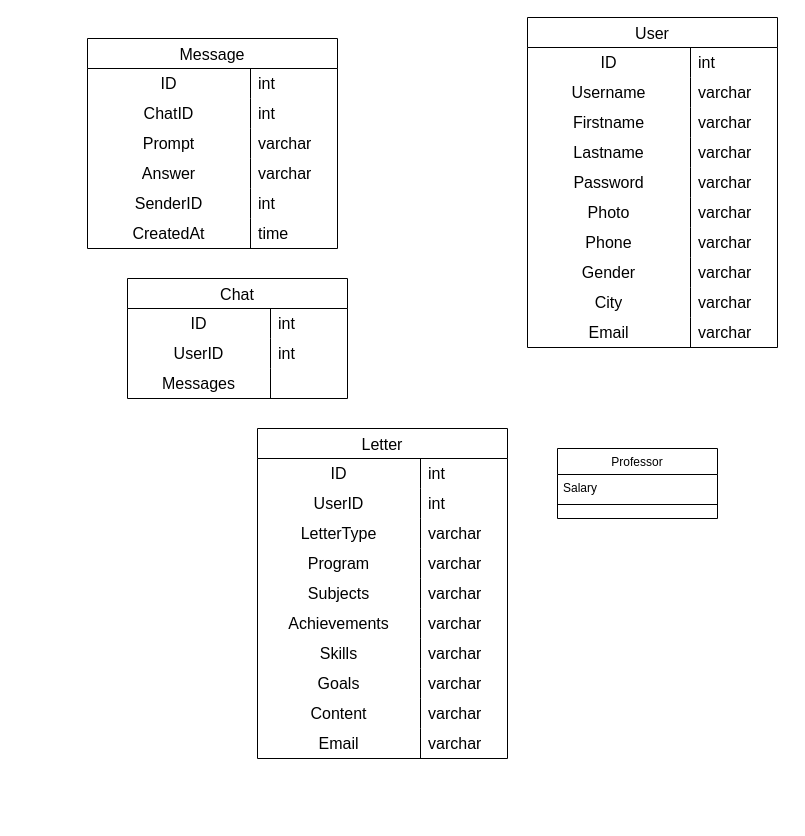
Earlier version of the draw.io diagram Диаграмма без названия.drawio (jellyfisharuka/uniglobal). Source tidied: cells renumbered, new cells numbered last; positions are measured from the earlier drawing's top-left corner, leaving out a move shared by most shapes. Both pictures are drawn from the tidied source at 100%, with x=0, y=0 at pixel (87, 17).
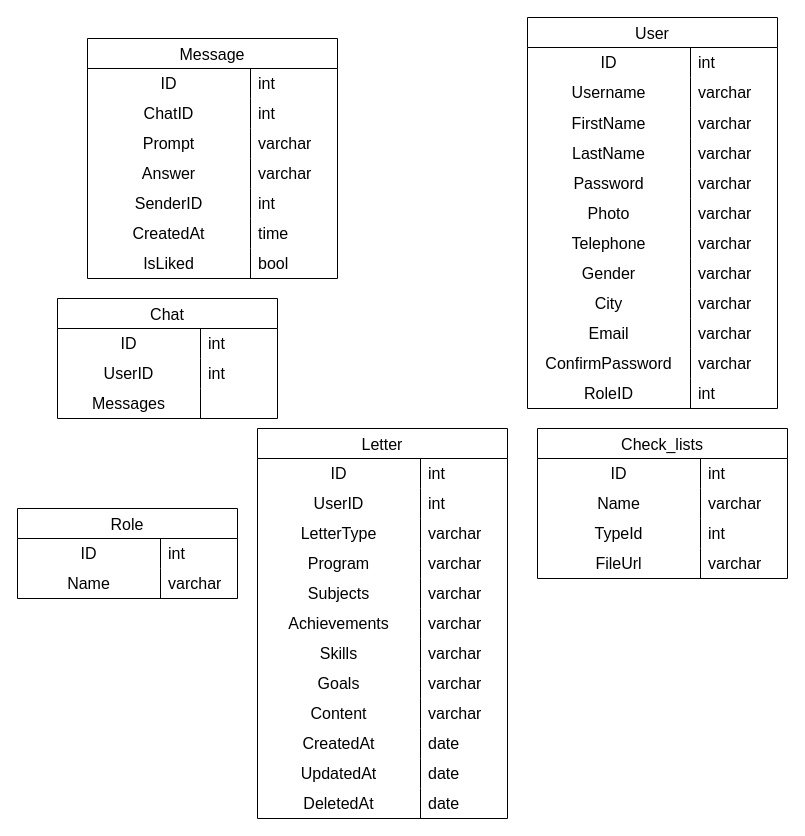
The same diagram, later.

The change refers to these unchanged cells:
```xml
<mxCell id="93" style="shape=tableRow;horizontal=0;startSize=0;swimlaneHead=0;swimlaneBody=0;top=0;left=0;bottom=0;right=0;fillColor=none;strokeColor=inherit;fontSize=16;" parent="65" vertex="1">
  <mxGeometry y="300" width="250" height="30" as="geometry" />
</mxCell>
```

Diff of the diagram source:
```diff
@@
-    <mxCell id="2" value="Professor" style="swimlane;fontStyle=0;align=center;verticalAlign=top;horizontal=1;startSize=26;rounded=0;shadow=0;strokeWidth=1;" parent="1" vertex="1">
-      <mxGeometry x="470" y="431" width="160" height="70" as="geometry" />
-    </mxCell>
-    <mxCell id="3" value="Salary" style="text;align=left;verticalAlign=top;spacingLeft=4;spacingRight=4;overflow=hidden;" parent="2" vertex="1">
-      <mxGeometry y="26" width="160" height="26" as="geometry" />
-    </mxCell>
-    <mxCell id="4" style="line;html=1;strokeWidth=1;align=left;verticalAlign=middle;spacingTop=-1;spacingLeft=3;spacingRight=3;labelPosition=right;" parent="2" vertex="1">
-      <mxGeometry y="52" width="160" height="8" as="geometry" />
-    </mxCell>
     <mxCell id="5" value="User" style="shape=table;startSize=30;childLayout=tableLayout;rowLines=0;fontStyle=0;strokeColor=default;fontSize=16;" parent="1" vertex="1">
-      <mxGeometry x="440" width="250" height="330" as="geometry" />
+      <mxGeometry x="440" width="250" height="391" as="geometry" />
     </mxCell>
@@
     <mxCell id="12" style="shape=tableRow;horizontal=0;startSize=0;swimlaneHead=0;swimlaneBody=0;top=0;left=0;bottom=0;right=0;fillColor=none;strokeColor=inherit;fontSize=16;" parent="5" vertex="1">
-      <mxGeometry y="90" width="250" height="30" as="geometry" />
+      <mxGeometry y="90" width="250" height="31" as="geometry" />
     </mxCell>
-    <mxCell id="13" value="Firstname" style="shape=partialRectangle;html=1;whiteSpace=wrap;fillColor=none;top=0;left=0;bottom=0;right=0;overflow=hidden;strokeColor=inherit;fontSize=16;" parent="12" vertex="1">
-      <mxGeometry width="163" height="30" as="geometry" />
+    <mxCell id="13" value="FirstName" style="shape=partialRectangle;html=1;whiteSpace=wrap;fillColor=none;top=0;left=0;bottom=0;right=0;overflow=hidden;strokeColor=inherit;fontSize=16;" parent="12" vertex="1">
+      <mxGeometry width="163" height="31" as="geometry" />
     </mxCell>
     <mxCell id="14" value="varchar" style="shape=partialRectangle;html=1;whiteSpace=wrap;fillColor=none;top=0;left=0;bottom=0;right=0;align=left;spacingLeft=6;overflow=hidden;strokeColor=inherit;fontSize=16;" parent="12" vertex="1">
-      <mxGeometry x="163" width="87" height="30" as="geometry" />
+      <mxGeometry x="163" width="87" height="31" as="geometry" />
     </mxCell>
     <mxCell id="15" style="shape=tableRow;horizontal=0;startSize=0;swimlaneHead=0;swimlaneBody=0;top=0;left=0;bottom=0;right=0;fillColor=none;strokeColor=inherit;fontSize=16;" parent="5" vertex="1">
-      <mxGeometry y="120" width="250" height="30" as="geometry" />
+      <mxGeometry y="121" width="250" height="30" as="geometry" />
     </mxCell>
-    <mxCell id="16" value="Lastname" style="shape=partialRectangle;html=1;whiteSpace=wrap;fillColor=none;top=0;left=0;bottom=0;right=0;overflow=hidden;strokeColor=inherit;fontSize=16;" parent="15" vertex="1">
+    <mxCell id="16" value="LastName" style="shape=partialRectangle;html=1;whiteSpace=wrap;fillColor=none;top=0;left=0;bottom=0;right=0;overflow=hidden;strokeColor=inherit;fontSize=16;" parent="15" vertex="1">
       <mxGeometry width="163" height="30" as="geometry" />
     </mxCell>
@@
     <mxCell id="18" style="shape=tableRow;horizontal=0;startSize=0;swimlaneHead=0;swimlaneBody=0;top=0;left=0;bottom=0;right=0;fillColor=none;strokeColor=inherit;fontSize=16;" parent="5" vertex="1">
-      <mxGeometry y="150" width="250" height="30" as="geometry" />
+      <mxGeometry y="151" width="250" height="30" as="geometry" />
     </mxCell>
@@
     <mxCell id="21" style="shape=tableRow;horizontal=0;startSize=0;swimlaneHead=0;swimlaneBody=0;top=0;left=0;bottom=0;right=0;fillColor=none;strokeColor=inherit;fontSize=16;" parent="5" vertex="1">
-      <mxGeometry y="180" width="250" height="30" as="geometry" />
+      <mxGeometry y="181" width="250" height="30" as="geometry" />
     </mxCell>
@@
     <mxCell id="24" style="shape=tableRow;horizontal=0;startSize=0;swimlaneHead=0;swimlaneBody=0;top=0;left=0;bottom=0;right=0;fillColor=none;strokeColor=inherit;fontSize=16;" parent="5" vertex="1">
-      <mxGeometry y="210" width="250" height="30" as="geometry" />
+      <mxGeometry y="211" width="250" height="30" as="geometry" />
     </mxCell>
-    <mxCell id="25" value="Phone" style="shape=partialRectangle;html=1;whiteSpace=wrap;fillColor=none;top=0;left=0;bottom=0;right=0;overflow=hidden;strokeColor=inherit;fontSize=16;" parent="24" vertex="1">
+    <mxCell id="25" value="Telephone" style="shape=partialRectangle;html=1;whiteSpace=wrap;fillColor=none;top=0;left=0;bottom=0;right=0;overflow=hidden;strokeColor=inherit;fontSize=16;" parent="24" vertex="1">
       <mxGeometry width="163" height="30" as="geometry" />
     </mxCell>
@@
     <mxCell id="27" style="shape=tableRow;horizontal=0;startSize=0;swimlaneHead=0;swimlaneBody=0;top=0;left=0;bottom=0;right=0;fillColor=none;strokeColor=inherit;fontSize=16;" parent="5" vertex="1">
-      <mxGeometry y="240" width="250" height="30" as="geometry" />
+      <mxGeometry y="241" width="250" height="30" as="geometry" />
     </mxCell>
@@
     <mxCell id="30" style="shape=tableRow;horizontal=0;startSize=0;swimlaneHead=0;swimlaneBody=0;top=0;left=0;bottom=0;right=0;fillColor=none;strokeColor=inherit;fontSize=16;" parent="5" vertex="1">
-      <mxGeometry y="270" width="250" height="30" as="geometry" />
+      <mxGeometry y="271" width="250" height="30" as="geometry" />
     </mxCell>
@@
     <mxCell id="33" style="shape=tableRow;horizontal=0;startSize=0;swimlaneHead=0;swimlaneBody=0;top=0;left=0;bottom=0;right=0;fillColor=none;strokeColor=inherit;fontSize=16;" parent="5" vertex="1">
-      <mxGeometry y="300" width="250" height="30" as="geometry" />
+      <mxGeometry y="301" width="250" height="30" as="geometry" />
     </mxCell>
@@
+    <mxCell id="96" style="shape=tableRow;horizontal=0;startSize=0;swimlaneHead=0;swimlaneBody=0;top=0;left=0;bottom=0;right=0;fillColor=none;strokeColor=inherit;fontSize=16;" parent="5" vertex="1">
+      <mxGeometry y="331" width="250" height="30" as="geometry" />
+    </mxCell>
+    <mxCell id="97" value="ConfirmPassword" style="shape=partialRectangle;html=1;whiteSpace=wrap;fillColor=none;top=0;left=0;bottom=0;right=0;overflow=hidden;strokeColor=inherit;fontSize=16;" parent="96" vertex="1">
+      <mxGeometry width="163" height="30" as="geometry" />
+    </mxCell>
+    <mxCell id="98" value="varchar" style="shape=partialRectangle;html=1;whiteSpace=wrap;fillColor=none;top=0;left=0;bottom=0;right=0;align=left;spacingLeft=6;overflow=hidden;strokeColor=inherit;fontSize=16;" parent="96" vertex="1">
+      <mxGeometry x="163" width="87" height="30" as="geometry" />
+    </mxCell>
+    <mxCell id="99" style="shape=tableRow;horizontal=0;startSize=0;swimlaneHead=0;swimlaneBody=0;top=0;left=0;bottom=0;right=0;fillColor=none;strokeColor=inherit;fontSize=16;" parent="5" vertex="1">
+      <mxGeometry y="361" width="250" height="30" as="geometry" />
+    </mxCell>
+    <mxCell id="100" value="RoleID" style="shape=partialRectangle;html=1;whiteSpace=wrap;fillColor=none;top=0;left=0;bottom=0;right=0;overflow=hidden;strokeColor=inherit;fontSize=16;" parent="99" vertex="1">
+      <mxGeometry width="163" height="30" as="geometry" />
+    </mxCell>
+    <mxCell id="101" value="int" style="shape=partialRectangle;html=1;whiteSpace=wrap;fillColor=none;top=0;left=0;bottom=0;right=0;align=left;spacingLeft=6;overflow=hidden;strokeColor=inherit;fontSize=16;" parent="99" vertex="1">
+      <mxGeometry x="163" width="87" height="30" as="geometry" />
+    </mxCell>
     <mxCell id="36" value="Message" style="shape=table;startSize=30;childLayout=tableLayout;rowLines=0;fontStyle=0;strokeColor=default;fontSize=16;" parent="1" vertex="1">
-      <mxGeometry y="21" width="250" height="210" as="geometry" />
+      <mxGeometry y="21" width="250" height="240" as="geometry" />
     </mxCell>
@@
+    <mxCell id="102" style="shape=tableRow;horizontal=0;startSize=0;swimlaneHead=0;swimlaneBody=0;top=0;left=0;bottom=0;right=0;fillColor=none;strokeColor=inherit;fontSize=16;" parent="36" vertex="1">
+      <mxGeometry y="210" width="250" height="30" as="geometry" />
+    </mxCell>
+    <mxCell id="103" value="IsLiked" style="shape=partialRectangle;html=1;whiteSpace=wrap;fillColor=none;top=0;left=0;bottom=0;right=0;overflow=hidden;strokeColor=inherit;fontSize=16;" parent="102" vertex="1">
+      <mxGeometry width="163" height="30" as="geometry" />
+    </mxCell>
+    <mxCell id="104" value="bool" style="shape=partialRectangle;html=1;whiteSpace=wrap;fillColor=none;top=0;left=0;bottom=0;right=0;align=left;spacingLeft=6;overflow=hidden;strokeColor=inherit;fontSize=16;" parent="102" vertex="1">
+      <mxGeometry x="163" width="87" height="30" as="geometry" />
+    </mxCell>
     <mxCell id="55" value="Chat" style="shape=table;startSize=30;childLayout=tableLayout;rowLines=0;fontStyle=0;strokeColor=default;fontSize=16;" parent="1" vertex="1">
-      <mxGeometry x="40" y="261" width="220" height="120" as="geometry" />
+      <mxGeometry x="-30" y="281" width="220" height="120" as="geometry" />
     </mxCell>
@@
     <mxCell id="65" value="Letter" style="shape=table;startSize=30;childLayout=tableLayout;rowLines=0;fontStyle=0;strokeColor=default;fontSize=16;" parent="1" vertex="1">
-      <mxGeometry x="170" y="411" width="250" height="330" as="geometry" />
+      <mxGeometry x="170" y="411" width="250" height="390" as="geometry" />
     </mxCell>
@@
-    <mxCell id="94" value="Email" style="shape=partialRectangle;html=1;whiteSpace=wrap;fillColor=none;top=0;left=0;bottom=0;right=0;overflow=hidden;strokeColor=inherit;fontSize=16;" parent="93" vertex="1">
+    <mxCell id="94" value="CreatedAt" style="shape=partialRectangle;html=1;whiteSpace=wrap;fillColor=none;top=0;left=0;bottom=0;right=0;overflow=hidden;strokeColor=inherit;fontSize=16;" parent="93" vertex="1">
       <mxGeometry width="163" height="30" as="geometry" />
     </mxCell>
-    <mxCell id="95" value="varchar" style="shape=partialRectangle;html=1;whiteSpace=wrap;fillColor=none;top=0;left=0;bottom=0;right=0;align=left;spacingLeft=6;overflow=hidden;strokeColor=inherit;fontSize=16;" parent="93" vertex="1">
+    <mxCell id="95" value="date" style="shape=partialRectangle;html=1;whiteSpace=wrap;fillColor=none;top=0;left=0;bottom=0;right=0;align=left;spacingLeft=6;overflow=hidden;strokeColor=inherit;fontSize=16;" parent="93" vertex="1">
       <mxGeometry x="163" width="87" height="30" as="geometry" />
     </mxCell>
+    <mxCell id="105" style="shape=tableRow;horizontal=0;startSize=0;swimlaneHead=0;swimlaneBody=0;top=0;left=0;bottom=0;right=0;fillColor=none;strokeColor=inherit;fontSize=16;" parent="65" vertex="1">
+      <mxGeometry y="330" width="250" height="30" as="geometry" />
+    </mxCell>
+    <mxCell id="106" value="UpdatedAt" style="shape=partialRectangle;html=1;whiteSpace=wrap;fillColor=none;top=0;left=0;bottom=0;right=0;overflow=hidden;strokeColor=inherit;fontSize=16;" parent="105" vertex="1">
+      <mxGeometry width="163" height="30" as="geometry" />
+    </mxCell>
+    <mxCell id="107" value="date" style="shape=partialRectangle;html=1;whiteSpace=wrap;fillColor=none;top=0;left=0;bottom=0;right=0;align=left;spacingLeft=6;overflow=hidden;strokeColor=inherit;fontSize=16;" parent="105" vertex="1">
+      <mxGeometry x="163" width="87" height="30" as="geometry" />
+    </mxCell>
+    <mxCell id="108" style="shape=tableRow;horizontal=0;startSize=0;swimlaneHead=0;swimlaneBody=0;top=0;left=0;bottom=0;right=0;fillColor=none;strokeColor=inherit;fontSize=16;" parent="65" vertex="1">
+      <mxGeometry y="360" width="250" height="30" as="geometry" />
+    </mxCell>
+    <mxCell id="109" value="DeletedAt" style="shape=partialRectangle;html=1;whiteSpace=wrap;fillColor=none;top=0;left=0;bottom=0;right=0;overflow=hidden;strokeColor=inherit;fontSize=16;" parent="108" vertex="1">
+      <mxGeometry width="163" height="30" as="geometry" />
+    </mxCell>
+    <mxCell id="110" value="date" style="shape=partialRectangle;html=1;whiteSpace=wrap;fillColor=none;top=0;left=0;bottom=0;right=0;align=left;spacingLeft=6;overflow=hidden;strokeColor=inherit;fontSize=16;" parent="108" vertex="1">
+      <mxGeometry x="163" width="87" height="30" as="geometry" />
+    </mxCell>
+    <mxCell id="111" value="Check_lists" style="shape=table;startSize=30;childLayout=tableLayout;rowLines=0;fontStyle=0;strokeColor=default;fontSize=16;" parent="1" vertex="1">
+      <mxGeometry x="450" y="411" width="250" height="150" as="geometry" />
+    </mxCell>
+    <mxCell id="112" style="shape=tableRow;horizontal=0;startSize=0;swimlaneHead=0;swimlaneBody=0;top=0;left=0;bottom=0;right=0;fillColor=none;strokeColor=inherit;fontSize=16;" parent="111" vertex="1">
+      <mxGeometry y="30" width="250" height="30" as="geometry" />
+    </mxCell>
+    <mxCell id="113" value="ID" style="shape=partialRectangle;html=1;whiteSpace=wrap;fillColor=none;top=0;left=0;bottom=0;right=0;overflow=hidden;strokeColor=inherit;fontSize=16;" parent="112" vertex="1">
+      <mxGeometry width="163" height="30" as="geometry" />
+    </mxCell>
+    <mxCell id="114" value="int" style="shape=partialRectangle;html=1;whiteSpace=wrap;fillColor=none;top=0;left=0;bottom=0;right=0;align=left;spacingLeft=6;overflow=hidden;strokeColor=inherit;fontSize=16;" parent="112" vertex="1">
+      <mxGeometry x="163" width="87" height="30" as="geometry" />
+    </mxCell>
+    <mxCell id="115" style="shape=tableRow;horizontal=0;startSize=0;swimlaneHead=0;swimlaneBody=0;top=0;left=0;bottom=0;right=0;fillColor=none;strokeColor=inherit;fontSize=16;" parent="111" vertex="1">
+      <mxGeometry y="60" width="250" height="30" as="geometry" />
+    </mxCell>
+    <mxCell id="116" value="Name" style="shape=partialRectangle;html=1;whiteSpace=wrap;fillColor=none;top=0;left=0;bottom=0;right=0;overflow=hidden;strokeColor=inherit;fontSize=16;" parent="115" vertex="1">
+      <mxGeometry width="163" height="30" as="geometry" />
+    </mxCell>
+    <mxCell id="117" value="varchar" style="shape=partialRectangle;html=1;whiteSpace=wrap;fillColor=none;top=0;left=0;bottom=0;right=0;align=left;spacingLeft=6;overflow=hidden;strokeColor=inherit;fontSize=16;" parent="115" vertex="1">
+      <mxGeometry x="163" width="87" height="30" as="geometry" />
+    </mxCell>
+    <mxCell id="118" style="shape=tableRow;horizontal=0;startSize=0;swimlaneHead=0;swimlaneBody=0;top=0;left=0;bottom=0;right=0;fillColor=none;strokeColor=inherit;fontSize=16;" parent="111" vertex="1">
+      <mxGeometry y="90" width="250" height="30" as="geometry" />
+    </mxCell>
+    <mxCell id="119" value="TypeId" style="shape=partialRectangle;html=1;whiteSpace=wrap;fillColor=none;top=0;left=0;bottom=0;right=0;overflow=hidden;strokeColor=inherit;fontSize=16;" parent="118" vertex="1">
+      <mxGeometry width="163" height="30" as="geometry" />
+    </mxCell>
+    <mxCell id="120" value="int" style="shape=partialRectangle;html=1;whiteSpace=wrap;fillColor=none;top=0;left=0;bottom=0;right=0;align=left;spacingLeft=6;overflow=hidden;strokeColor=inherit;fontSize=16;" parent="118" vertex="1">
+      <mxGeometry x="163" width="87" height="30" as="geometry" />
+    </mxCell>
+    <mxCell id="121" style="shape=tableRow;horizontal=0;startSize=0;swimlaneHead=0;swimlaneBody=0;top=0;left=0;bottom=0;right=0;fillColor=none;strokeColor=inherit;fontSize=16;" parent="111" vertex="1">
+      <mxGeometry y="120" width="250" height="30" as="geometry" />
+    </mxCell>
+    <mxCell id="122" value="FileUrl" style="shape=partialRectangle;html=1;whiteSpace=wrap;fillColor=none;top=0;left=0;bottom=0;right=0;overflow=hidden;strokeColor=inherit;fontSize=16;" parent="121" vertex="1">
+      <mxGeometry width="163" height="30" as="geometry" />
+    </mxCell>
+    <mxCell id="123" value="varchar" style="shape=partialRectangle;html=1;whiteSpace=wrap;fillColor=none;top=0;left=0;bottom=0;right=0;align=left;spacingLeft=6;overflow=hidden;strokeColor=inherit;fontSize=16;" parent="121" vertex="1">
+      <mxGeometry x="163" width="87" height="30" as="geometry" />
+    </mxCell>
+    <mxCell id="124" value="Role" style="shape=table;startSize=30;childLayout=tableLayout;rowLines=0;fontStyle=0;strokeColor=default;fontSize=16;" parent="1" vertex="1">
+      <mxGeometry x="-70" y="491" width="220" height="90" as="geometry" />
+    </mxCell>
+    <mxCell id="125" style="shape=tableRow;horizontal=0;startSize=0;swimlaneHead=0;swimlaneBody=0;top=0;left=0;bottom=0;right=0;fillColor=none;strokeColor=inherit;fontSize=16;" parent="124" vertex="1">
+      <mxGeometry y="30" width="220" height="30" as="geometry" />
+    </mxCell>
+    <mxCell id="126" value="ID" style="shape=partialRectangle;html=1;whiteSpace=wrap;fillColor=none;top=0;left=0;bottom=0;right=0;overflow=hidden;strokeColor=inherit;fontSize=16;" parent="125" vertex="1">
+      <mxGeometry width="143" height="30" as="geometry" />
+    </mxCell>
+    <mxCell id="127" value="int" style="shape=partialRectangle;html=1;whiteSpace=wrap;fillColor=none;top=0;left=0;bottom=0;right=0;align=left;spacingLeft=6;overflow=hidden;strokeColor=inherit;fontSize=16;" parent="125" vertex="1">
+      <mxGeometry x="143" width="77" height="30" as="geometry" />
+    </mxCell>
+    <mxCell id="128" style="shape=tableRow;horizontal=0;startSize=0;swimlaneHead=0;swimlaneBody=0;top=0;left=0;bottom=0;right=0;fillColor=none;strokeColor=inherit;fontSize=16;" parent="124" vertex="1">
+      <mxGeometry y="60" width="220" height="30" as="geometry" />
+    </mxCell>
+    <mxCell id="129" value="Name" style="shape=partialRectangle;html=1;whiteSpace=wrap;fillColor=none;top=0;left=0;bottom=0;right=0;overflow=hidden;strokeColor=inherit;fontSize=16;" parent="128" vertex="1">
+      <mxGeometry width="143" height="30" as="geometry" />
+    </mxCell>
+    <mxCell id="130" value="varchar" style="shape=partialRectangle;html=1;whiteSpace=wrap;fillColor=none;top=0;left=0;bottom=0;right=0;align=left;spacingLeft=6;overflow=hidden;strokeColor=inherit;fontSize=16;" parent="128" vertex="1">
+      <mxGeometry x="143" width="77" height="30" as="geometry" />
+    </mxCell>
```
